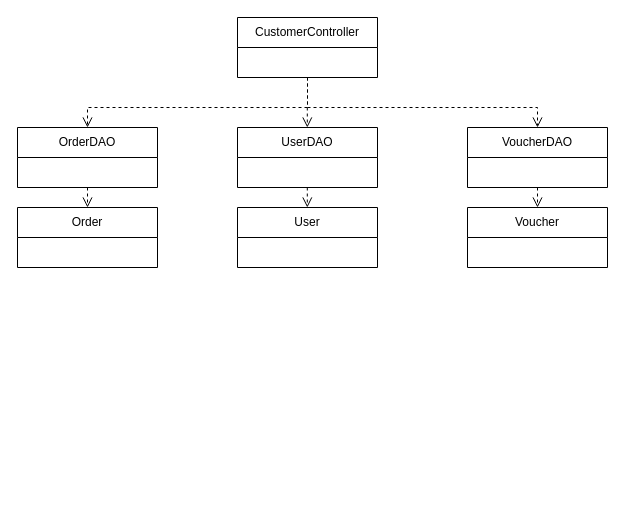
Above: document/SDS/10.Export_Request/Class_Diagram/Export_Receipt_Class_Diagram.drawio in QuocZuong/perfume-store (draw.io), before the change. Source tidied: cells renumbered, new cells numbered last; positions are measured from the earlier drawing's top-left corner, leaving out a move shared by most shapes. Both pictures are drawn from the tidied source at 100%, with x=0, y=0 at pixel (17, 17).
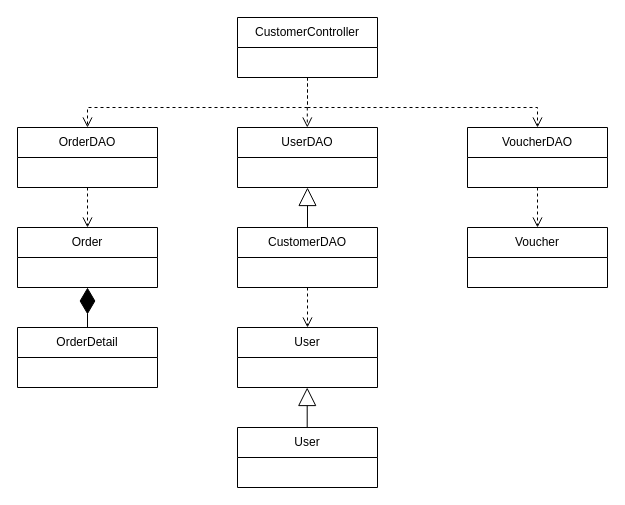
The same page after the edit.

Diff of the diagram source:
```diff
@@
     <mxCell id="4" value="Order" style="swimlane;fontStyle=0;horizontal=1;startSize=30;whiteSpace=wrap;html=1;" parent="1" vertex="1">
-      <mxGeometry y="190" width="140" height="60" as="geometry" />
+      <mxGeometry y="210" width="140" height="60" as="geometry" />
     </mxCell>
@@
     <mxCell id="9" value="Voucher" style="swimlane;fontStyle=0;horizontal=1;startSize=30;whiteSpace=wrap;html=1;" parent="1" vertex="1">
-      <mxGeometry x="450" y="190" width="140" height="60" as="geometry" />
+      <mxGeometry x="450" y="210" width="140" height="60" as="geometry" />
     </mxCell>
@@
-    <mxCell id="11" value="UserDAO" style="swimlane;fontStyle=0;horizontal=1;startSize=30;whiteSpace=wrap;html=1;" parent="1" vertex="1">
-      <mxGeometry x="220" y="110" width="140" height="60" as="geometry" />
+    <mxCell id="11" value="CustomerDAO" style="swimlane;fontStyle=0;horizontal=1;startSize=30;whiteSpace=wrap;html=1;" parent="1" vertex="1">
+      <mxGeometry x="220" y="210" width="140" height="60" as="geometry" />
     </mxCell>
     <mxCell id="12" value="User" style="swimlane;fontStyle=0;horizontal=1;startSize=30;whiteSpace=wrap;html=1;" parent="1" vertex="1">
-      <mxGeometry x="220" y="190" width="140" height="60" as="geometry" />
+      <mxGeometry x="220" y="310" width="140" height="60" as="geometry" />
     </mxCell>
@@
-    <mxCell id="14" style="html=1;verticalAlign=bottom;endArrow=open;dashed=1;endSize=8;curved=0;rounded=0;entryX=0.5;entryY=0;entryDx=0;entryDy=0;exitX=0.5;exitY=1;exitDx=0;exitDy=0;" parent="1" edge="1">
-      <mxGeometry relative="1" as="geometry">
-        <mxPoint x="289.8" y="170" as="sourcePoint" />
-        <mxPoint x="289.8" y="190" as="targetPoint" />
-      </mxGeometry>
-    </mxCell>
+    <mxCell id="15" value="OrderDetail" style="swimlane;fontStyle=0;horizontal=1;startSize=30;whiteSpace=wrap;html=1;" parent="1" vertex="1">
+      <mxGeometry y="310" width="140" height="60" as="geometry" />
+    </mxCell>
+    <mxCell id="16" style="endArrow=diamondThin;endFill=1;endSize=24;html=1;rounded=0;exitX=0.5;exitY=0;exitDx=0;exitDy=0;entryX=0.5;entryY=1;entryDx=0;entryDy=0;" parent="1" edge="1" source="15" target="4">
+      <mxGeometry relative="1" as="geometry" />
+    </mxCell>
+    <mxCell id="17" value="UserDAO" style="swimlane;fontStyle=0;horizontal=1;startSize=30;whiteSpace=wrap;html=1;" parent="1" vertex="1">
+      <mxGeometry x="220" y="110" width="140" height="60" as="geometry" />
+    </mxCell>
+    <mxCell id="18" style="html=1;verticalAlign=bottom;endArrow=open;dashed=1;endSize=8;curved=0;rounded=0;entryX=0.5;entryY=0;entryDx=0;entryDy=0;exitX=0.5;exitY=1;exitDx=0;exitDy=0;" parent="1" edge="1" source="11" target="12">
+      <mxGeometry relative="1" as="geometry" />
+    </mxCell>
+    <mxCell id="19" value="User" style="swimlane;fontStyle=0;horizontal=1;startSize=30;whiteSpace=wrap;html=1;" parent="1" vertex="1">
+      <mxGeometry x="220" y="410" width="140" height="60" as="geometry" />
+    </mxCell>
+    <mxCell id="20" style="endArrow=block;endSize=16;endFill=0;html=1;rounded=0;entryX=0.5;entryY=1;entryDx=0;entryDy=0;exitX=0.5;exitY=0;exitDx=0;exitDy=0;" parent="1" edge="1" source="11" target="17">
+      <mxGeometry relative="1" as="geometry" />
+    </mxCell>
+    <mxCell id="21" style="endArrow=block;endSize=16;endFill=0;html=1;rounded=0;entryX=0.5;entryY=1;entryDx=0;entryDy=0;exitX=0.5;exitY=0;exitDx=0;exitDy=0;" parent="1" edge="1">
+      <mxGeometry relative="1" as="geometry">
+        <mxPoint x="289.7" y="410" as="sourcePoint" />
+        <mxPoint x="289.7" y="370" as="targetPoint" />
+      </mxGeometry>
+    </mxCell>
```
